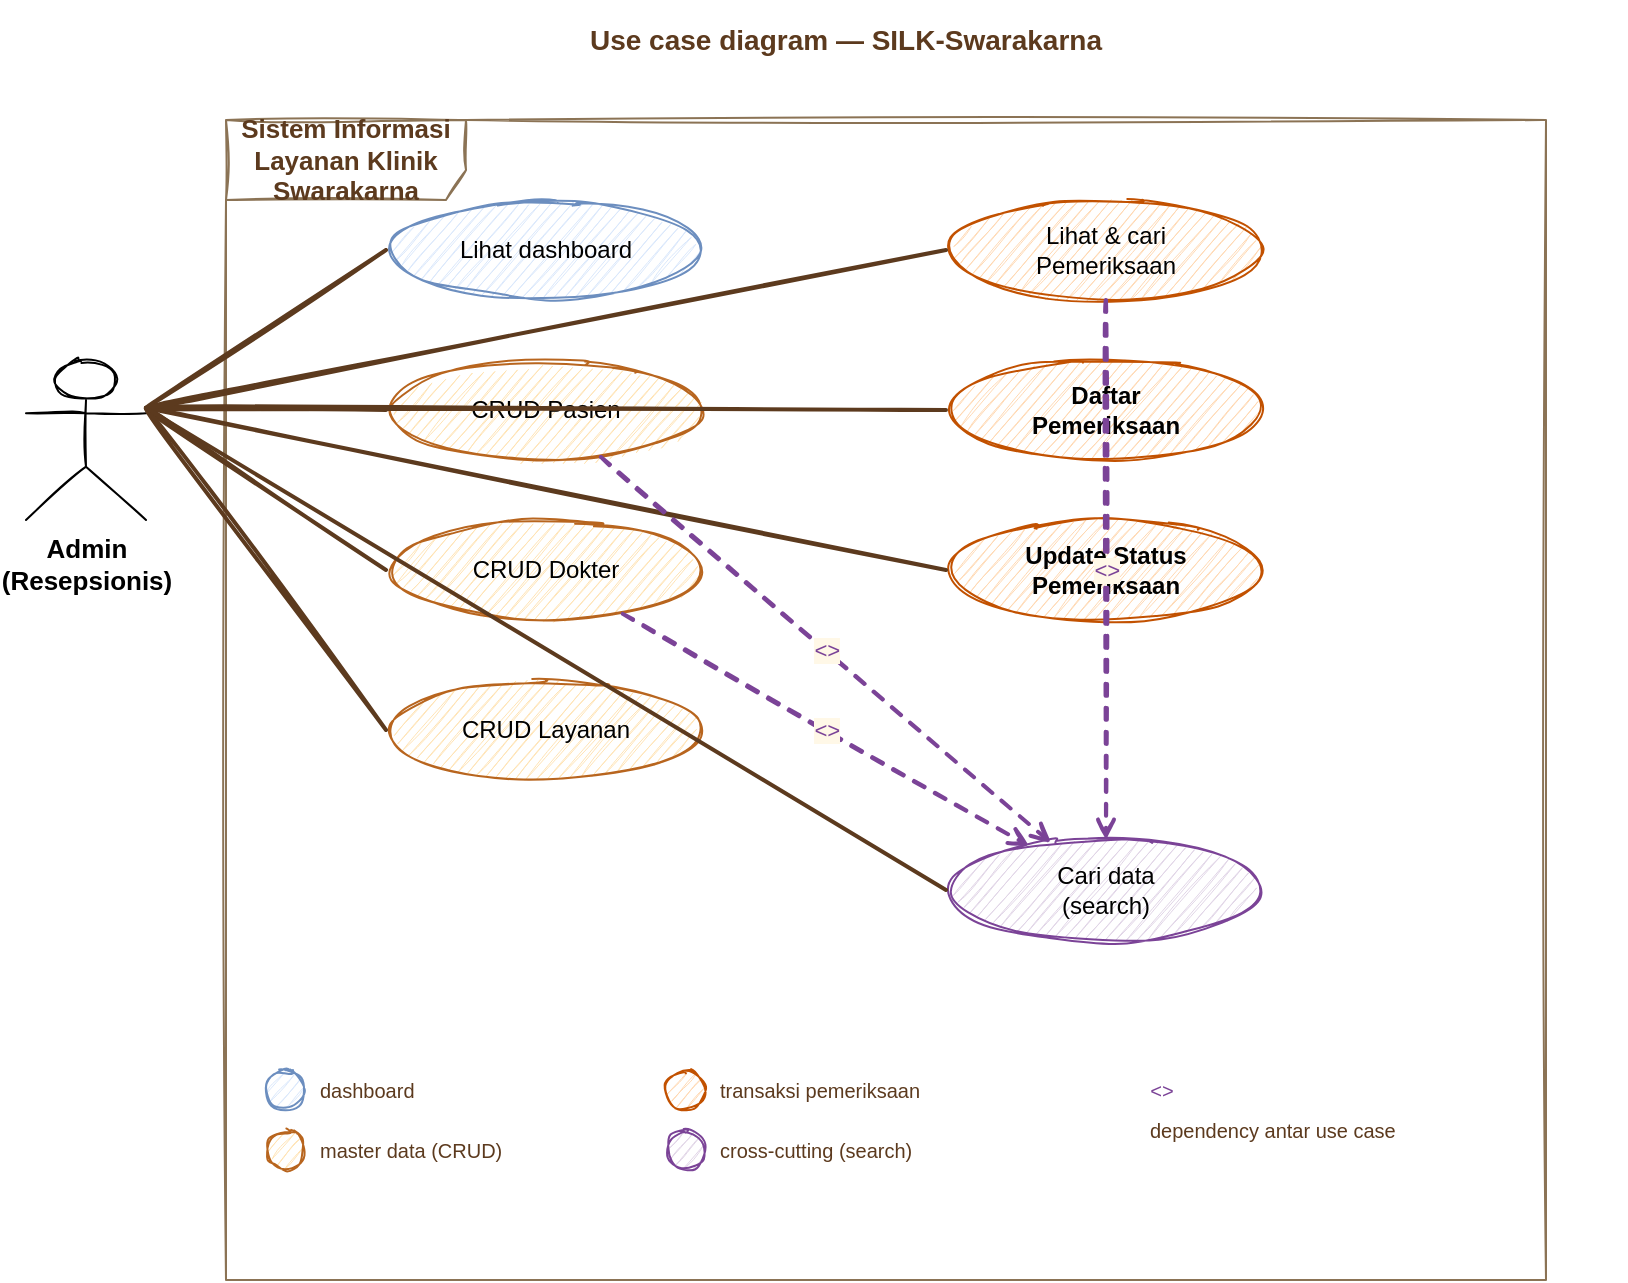
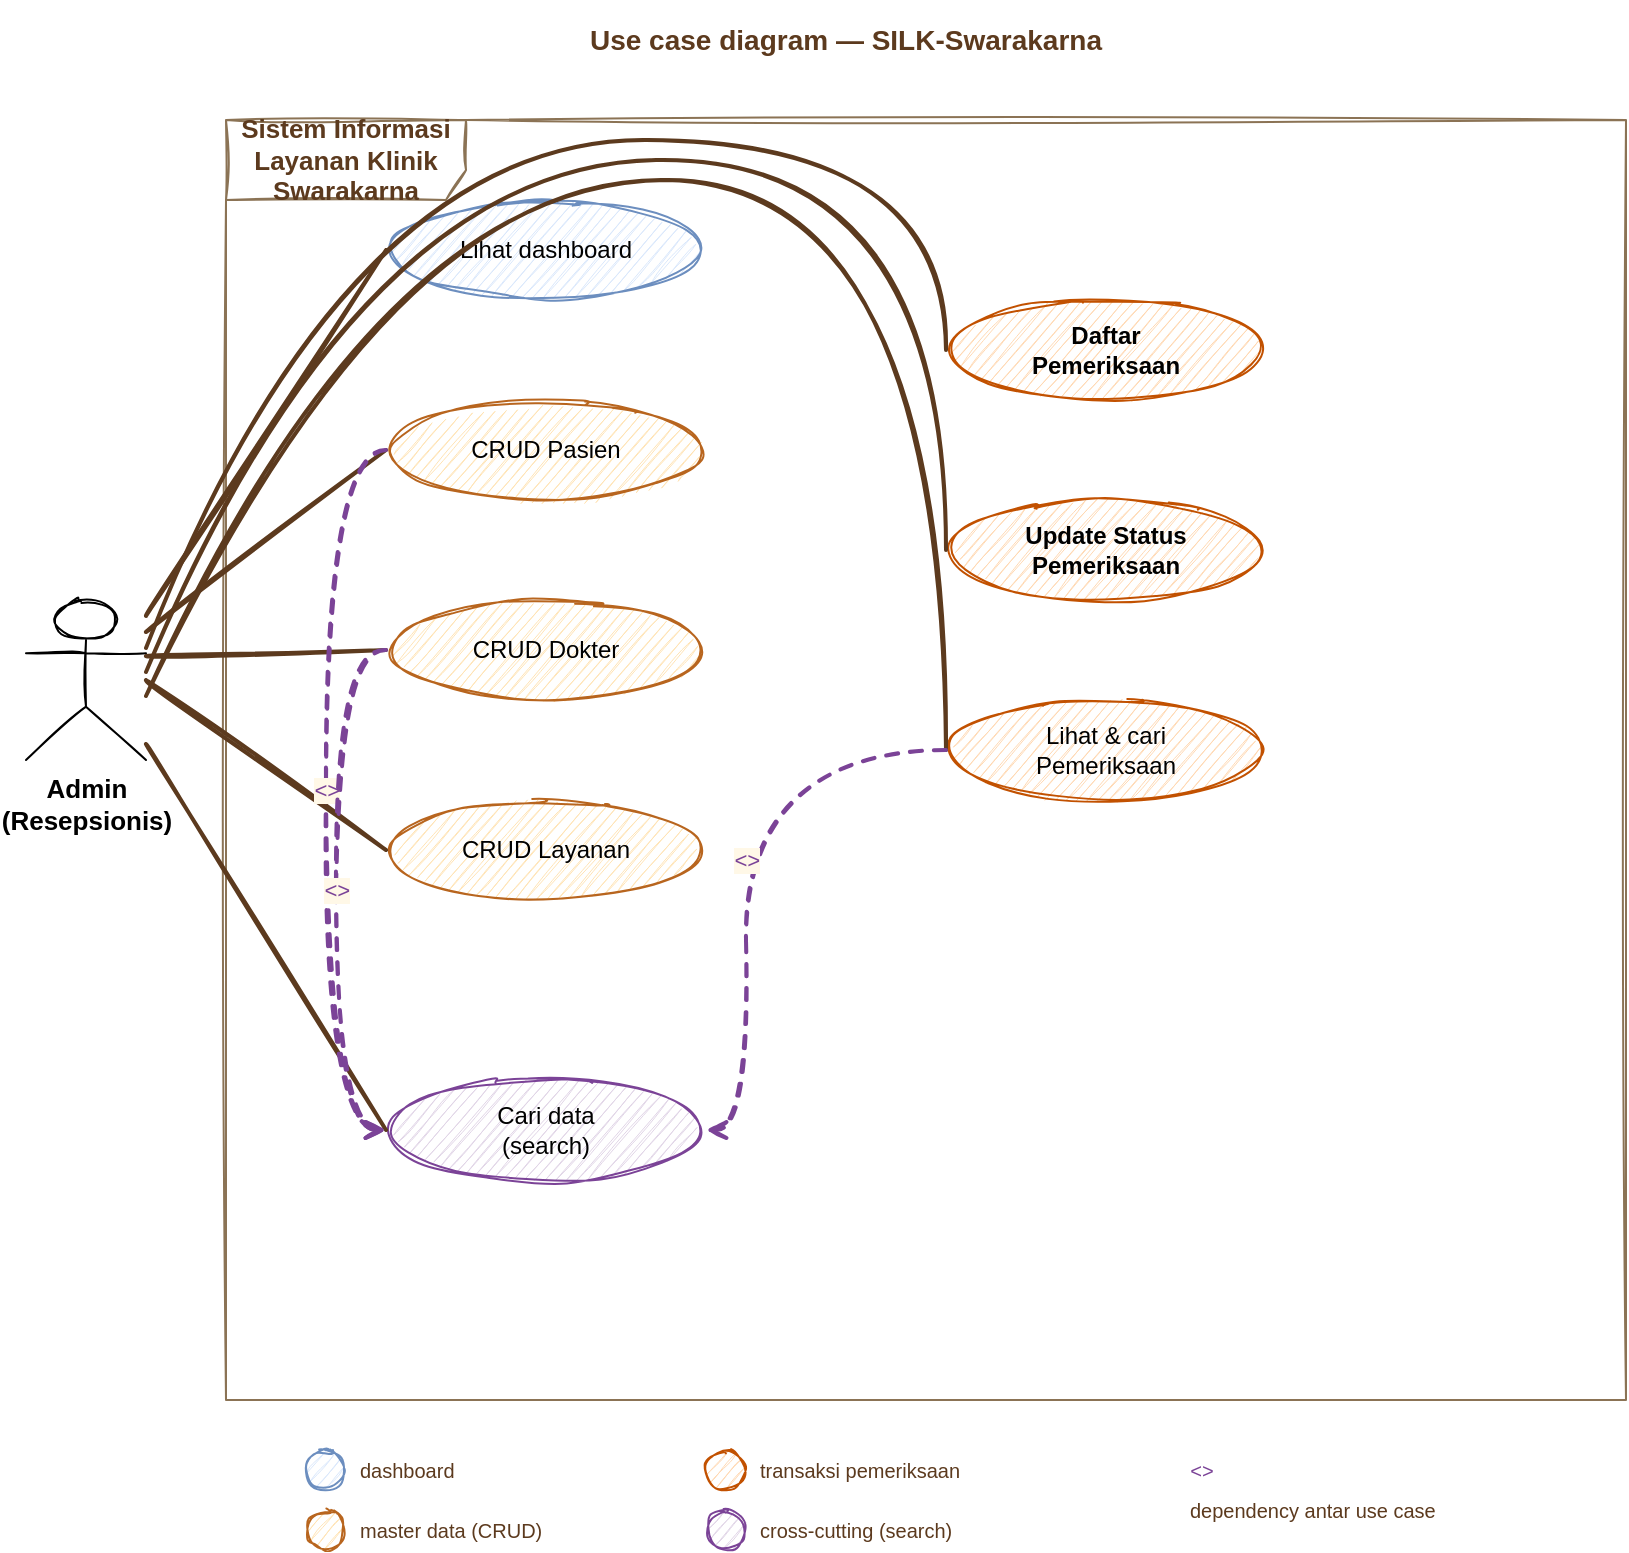
<?xml version="1.0" encoding="UTF-8"?>
<mxfile host="drawio" version="26.0.0">
  <diagram name="UML Use Case" id="uml-usecase-silk-swarakarna">
-     <mxGraphModel dx="900" dy="700" grid="1" gridSize="10" guides="1" tooltips="1" connect="1" arrows="1" fold="1" page="1" pageScale="1" pageWidth="900" pageHeight="700" math="0" shadow="0">
+     <mxGraphModel dx="900" dy="800" grid="1" gridSize="10" guides="1" tooltips="1" connect="1" arrows="1" fold="1" page="1" pageScale="1" pageWidth="900" pageHeight="800" math="0" shadow="0">
      <root>
        <mxCell id="0" />
        <mxCell id="1" parent="0" />

        <mxCell id="title" value="Use case diagram — SILK-Swarakarna" style="text;html=1;align=center;verticalAlign=middle;whiteSpace=wrap;rounded=0;fontSize=14;fontStyle=1;fontColor=#5c3a1e;sketch=1;fontFamily=Helvetica;" vertex="1" parent="1">
          <mxGeometry x="60" y="20" width="780" height="40" as="geometry" />
        </mxCell>

        <mxCell id="boundary" value="Sistem Informasi Layanan Klinik Swarakarna" style="shape=umlFrame;whiteSpace=wrap;html=1;fillColor=none;strokeColor=#8b7355;sketch=1;fontSize=13;fontStyle=1;fontColor=#5c3a1e;fontFamily=Helvetica;width=120;height=40;" vertex="1" parent="1">
-           <mxGeometry x="140" y="80" width="660" height="580" as="geometry" />
+           <mxGeometry x="140" y="80" width="700" height="640" as="geometry" />
        </mxCell>

        <mxCell id="admin" value="Admin&#xa;(Resepsionis)" style="shape=umlActor;verticalLabelPosition=bottom;labelBackgroundColor=#ffffff;verticalAlign=top;html=1;outlineConnect=0;sketch=1;fontFamily=Helvetica;fontSize=13;fontStyle=1;" vertex="1" parent="1">
-           <mxGeometry x="40" y="200" width="60" height="80" as="geometry" />
+           <mxGeometry x="40" y="320" width="60" height="80" as="geometry" />
        </mxCell>

        <mxCell id="uc1" value="Lihat dashboard" style="ellipse;whiteSpace=wrap;html=1;fillColor=#dae8fc;strokeColor=#6c8ebf;sketch=1;fontFamily=Helvetica;fontSize=12;" vertex="1" parent="1">
          <mxGeometry x="220" y="120" width="160" height="50" as="geometry" />
        </mxCell>

        <mxCell id="uc2" value="CRUD Pasien" style="ellipse;whiteSpace=wrap;html=1;fillColor=#ffe4b5;strokeColor=#b8651e;sketch=1;fontFamily=Helvetica;fontSize=12;" vertex="1" parent="1">
-           <mxGeometry x="220" y="200" width="160" height="50" as="geometry" />
+           <mxGeometry x="220" y="220" width="160" height="50" as="geometry" />
        </mxCell>

        <mxCell id="uc3" value="CRUD Dokter" style="ellipse;whiteSpace=wrap;html=1;fillColor=#ffe4b5;strokeColor=#b8651e;sketch=1;fontFamily=Helvetica;fontSize=12;" vertex="1" parent="1">
-           <mxGeometry x="220" y="280" width="160" height="50" as="geometry" />
+           <mxGeometry x="220" y="320" width="160" height="50" as="geometry" />
        </mxCell>

        <mxCell id="uc4" value="CRUD Layanan" style="ellipse;whiteSpace=wrap;html=1;fillColor=#ffe4b5;strokeColor=#b8651e;sketch=1;fontFamily=Helvetica;fontSize=12;" vertex="1" parent="1">
-           <mxGeometry x="220" y="360" width="160" height="50" as="geometry" />
+           <mxGeometry x="220" y="420" width="160" height="50" as="geometry" />
        </mxCell>

        <mxCell id="uc5" value="Daftar&#xa;Pemeriksaan" style="ellipse;whiteSpace=wrap;html=1;fillColor=#ffd9b3;strokeColor=#c25100;sketch=1;fontFamily=Helvetica;fontSize=12;fontStyle=1;" vertex="1" parent="1">
-           <mxGeometry x="500" y="200" width="160" height="50" as="geometry" />
+           <mxGeometry x="500" y="170" width="160" height="50" as="geometry" />
        </mxCell>

        <mxCell id="uc6" value="Update Status&#xa;Pemeriksaan" style="ellipse;whiteSpace=wrap;html=1;fillColor=#ffd9b3;strokeColor=#c25100;sketch=1;fontFamily=Helvetica;fontSize=12;fontStyle=1;" vertex="1" parent="1">
-           <mxGeometry x="500" y="280" width="160" height="50" as="geometry" />
+           <mxGeometry x="500" y="270" width="160" height="50" as="geometry" />
        </mxCell>

        <mxCell id="uc7" value="Lihat &amp; cari&#xa;Pemeriksaan" style="ellipse;whiteSpace=wrap;html=1;fillColor=#ffd9b3;strokeColor=#c25100;sketch=1;fontFamily=Helvetica;fontSize=12;" vertex="1" parent="1">
-           <mxGeometry x="500" y="120" width="160" height="50" as="geometry" />
+           <mxGeometry x="500" y="370" width="160" height="50" as="geometry" />
        </mxCell>

        <mxCell id="uc8" value="Cari data&#xa;(search)" style="ellipse;whiteSpace=wrap;html=1;fillColor=#e1d5e7;strokeColor=#7b4397;sketch=1;fontFamily=Helvetica;fontSize=12;" vertex="1" parent="1">
-           <mxGeometry x="500" y="440" width="160" height="50" as="geometry" />
+           <mxGeometry x="220" y="560" width="160" height="50" as="geometry" />
        </mxCell>

-         <mxCell id="a1" value="" style="endArrow=none;html=1;sketch=1;curved=1;strokeColor=#5c3a1e;strokeWidth=2;exitX=1;exitY=0.3;entryX=0;entryY=0.5;" edge="1" parent="1" source="admin" target="uc1">
+         <mxCell id="a1" value="" style="endArrow=none;html=1;sketch=1;curved=1;strokeColor=#5c3a1e;strokeWidth=2;exitX=1;exitY=0.1;entryX=0;entryY=0.5;" edge="1" parent="1" source="admin" target="uc1">
          <mxGeometry relative="1" as="geometry" />
        </mxCell>
-         <mxCell id="a2" value="" style="endArrow=none;html=1;sketch=1;curved=1;strokeColor=#5c3a1e;strokeWidth=2;exitX=1;exitY=0.3;entryX=0;entryY=0.5;" edge="1" parent="1" source="admin" target="uc2">
+         <mxCell id="a2" value="" style="endArrow=none;html=1;sketch=1;curved=1;strokeColor=#5c3a1e;strokeWidth=2;exitX=1;exitY=0.2;entryX=0;entryY=0.5;" edge="1" parent="1" source="admin" target="uc2">
          <mxGeometry relative="1" as="geometry" />
        </mxCell>
-         <mxCell id="a3" value="" style="endArrow=none;html=1;sketch=1;curved=1;strokeColor=#5c3a1e;strokeWidth=2;exitX=1;exitY=0.3;entryX=0;entryY=0.5;" edge="1" parent="1" source="admin" target="uc3">
+         <mxCell id="a3" value="" style="endArrow=none;html=1;sketch=1;curved=1;strokeColor=#5c3a1e;strokeWidth=2;exitX=1;exitY=0.35;entryX=0;entryY=0.5;" edge="1" parent="1" source="admin" target="uc3">
          <mxGeometry relative="1" as="geometry" />
        </mxCell>
-         <mxCell id="a4" value="" style="endArrow=none;html=1;sketch=1;curved=1;strokeColor=#5c3a1e;strokeWidth=2;exitX=1;exitY=0.3;entryX=0;entryY=0.5;" edge="1" parent="1" source="admin" target="uc4">
+         <mxCell id="a4" value="" style="endArrow=none;html=1;sketch=1;curved=1;strokeColor=#5c3a1e;strokeWidth=2;exitX=1;exitY=0.5;entryX=0;entryY=0.5;" edge="1" parent="1" source="admin" target="uc4">
          <mxGeometry relative="1" as="geometry" />
        </mxCell>
        <mxCell id="a5" value="" style="endArrow=none;html=1;sketch=1;curved=1;strokeColor=#5c3a1e;strokeWidth=2;exitX=1;exitY=0.3;entryX=0;entryY=0.5;" edge="1" parent="1" source="admin" target="uc5">
-           <mxGeometry relative="1" as="geometry" />
+           <mxGeometry relative="1" as="geometry">
+             <Array as="points">
+               <mxPoint x="200" y="90" />
+               <mxPoint x="500" y="90" />
+             </Array>
+           </mxGeometry>
        </mxCell>
-         <mxCell id="a6" value="" style="endArrow=none;html=1;sketch=1;curved=1;strokeColor=#5c3a1e;strokeWidth=2;exitX=1;exitY=0.3;entryX=0;entryY=0.5;" edge="1" parent="1" source="admin" target="uc6">
-           <mxGeometry relative="1" as="geometry" />
+         <mxCell id="a6" value="" style="endArrow=none;html=1;sketch=1;curved=1;strokeColor=#5c3a1e;strokeWidth=2;exitX=1;exitY=0.45;entryX=0;entryY=0.5;" edge="1" parent="1" source="admin" target="uc6">
+           <mxGeometry relative="1" as="geometry">
+             <Array as="points">
+               <mxPoint x="210" y="100" />
+               <mxPoint x="500" y="100" />
+             </Array>
+           </mxGeometry>
        </mxCell>
-         <mxCell id="a7" value="" style="endArrow=none;html=1;sketch=1;curved=1;strokeColor=#5c3a1e;strokeWidth=2;exitX=1;exitY=0.3;entryX=0;entryY=0.5;" edge="1" parent="1" source="admin" target="uc7">
-           <mxGeometry relative="1" as="geometry" />
+         <mxCell id="a7" value="" style="endArrow=none;html=1;sketch=1;curved=1;strokeColor=#5c3a1e;strokeWidth=2;exitX=1;exitY=0.6;entryX=0;entryY=0.5;" edge="1" parent="1" source="admin" target="uc7">
+           <mxGeometry relative="1" as="geometry">
+             <Array as="points">
+               <mxPoint x="220" y="110" />
+               <mxPoint x="500" y="110" />
+             </Array>
+           </mxGeometry>
        </mxCell>
-         <mxCell id="a8" value="" style="endArrow=none;html=1;sketch=1;curved=1;strokeColor=#5c3a1e;strokeWidth=2;exitX=1;exitY=0.3;entryX=0;entryY=0.5;" edge="1" parent="1" source="admin" target="uc8">
+         <mxCell id="a8" value="" style="endArrow=none;html=1;sketch=1;curved=1;strokeColor=#5c3a1e;strokeWidth=2;exitX=1;exitY=0.9;entryX=0;entryY=0.5;" edge="1" parent="1" source="admin" target="uc8">
          <mxGeometry relative="1" as="geometry" />
        </mxCell>

        <mxCell id="inc1" value="&lt;&lt;include&gt;&gt;" style="endArrow=open;html=1;dashed=1;sketch=1;curved=1;strokeColor=#7b4397;strokeWidth=2;fontSize=11;fontStyle=2;fontColor=#7b4397;fontFamily=Helvetica;labelBackgroundColor=#fff8e7;" edge="1" parent="1" source="uc2" target="uc8">
-           <mxGeometry relative="1" as="geometry" />
+           <mxGeometry relative="1" as="geometry">
+             <Array as="points">
+               <mxPoint x="190" y="245" />
+               <mxPoint x="190" y="585" />
+             </Array>
+           </mxGeometry>
        </mxCell>
-         <mxCell id="inc2" value="&lt;&lt;include&gt;&gt;" style="endArrow=open;html=1;dashed=1;sketch=1;curved=1;strokeColor=#7b4397;strokeWidth=2;fontSize=11;fontStyle=2;fontColor=#7b4397;fontFamily=Helvetica;labelBackgroundColor=#fff8e7;" edge="1" parent="1" source="uc7" target="uc8">
-           <mxGeometry relative="1" as="geometry" />
+         <mxCell id="inc2" value="&lt;&lt;include&gt;&gt;" style="endArrow=open;html=1;dashed=1;sketch=1;curved=1;strokeColor=#7b4397;strokeWidth=2;fontSize=11;fontStyle=2;fontColor=#7b4397;fontFamily=Helvetica;labelBackgroundColor=#fff8e7;" edge="1" parent="1" source="uc3" target="uc8">
+           <mxGeometry relative="1" as="geometry">
+             <Array as="points">
+               <mxPoint x="195" y="345" />
+               <mxPoint x="195" y="585" />
+             </Array>
+           </mxGeometry>
        </mxCell>
-         <mxCell id="inc3" value="&lt;&lt;include&gt;&gt;" style="endArrow=open;html=1;dashed=1;sketch=1;curved=1;strokeColor=#7b4397;strokeWidth=2;fontSize=11;fontStyle=2;fontColor=#7b4397;fontFamily=Helvetica;labelBackgroundColor=#fff8e7;" edge="1" parent="1" source="uc3" target="uc8">
-           <mxGeometry relative="1" as="geometry" />
+         <mxCell id="inc3" value="&lt;&lt;include&gt;&gt;" style="endArrow=open;html=1;dashed=1;sketch=1;curved=1;strokeColor=#7b4397;strokeWidth=2;fontSize=11;fontStyle=2;fontColor=#7b4397;fontFamily=Helvetica;labelBackgroundColor=#fff8e7;" edge="1" parent="1" source="uc7" target="uc8">
+           <mxGeometry relative="1" as="geometry">
+             <Array as="points">
+               <mxPoint x="400" y="395" />
+               <mxPoint x="400" y="585" />
+             </Array>
+           </mxGeometry>
        </mxCell>

        <mxCell id="legend-1" value="" style="ellipse;whiteSpace=wrap;html=1;fillColor=#dae8fc;strokeColor=#6c8ebf;sketch=1;fontFamily=Helvetica;" vertex="1" parent="1">
-           <mxGeometry x="160" y="555" width="20" height="20" as="geometry" />
+           <mxGeometry x="180" y="745" width="20" height="20" as="geometry" />
        </mxCell>
        <mxCell id="legend-1-text" value="dashboard" style="text;html=1;align=left;verticalAlign=middle;fontSize=10;fontColor=#5c3a1e;fontFamily=Helvetica;" vertex="1" parent="1">
-           <mxGeometry x="185" y="555" width="120" height="20" as="geometry" />
+           <mxGeometry x="205" y="745" width="120" height="20" as="geometry" />
        </mxCell>
        <mxCell id="legend-2" value="" style="ellipse;whiteSpace=wrap;html=1;fillColor=#ffe4b5;strokeColor=#b8651e;sketch=1;fontFamily=Helvetica;" vertex="1" parent="1">
-           <mxGeometry x="160" y="585" width="20" height="20" as="geometry" />
+           <mxGeometry x="180" y="775" width="20" height="20" as="geometry" />
        </mxCell>
        <mxCell id="legend-2-text" value="master data (CRUD)" style="text;html=1;align=left;verticalAlign=middle;fontSize=10;fontColor=#5c3a1e;fontFamily=Helvetica;" vertex="1" parent="1">
-           <mxGeometry x="185" y="585" width="160" height="20" as="geometry" />
+           <mxGeometry x="205" y="775" width="160" height="20" as="geometry" />
        </mxCell>
        <mxCell id="legend-3" value="" style="ellipse;whiteSpace=wrap;html=1;fillColor=#ffd9b3;strokeColor=#c25100;sketch=1;fontFamily=Helvetica;" vertex="1" parent="1">
-           <mxGeometry x="360" y="555" width="20" height="20" as="geometry" />
+           <mxGeometry x="380" y="745" width="20" height="20" as="geometry" />
        </mxCell>
        <mxCell id="legend-3-text" value="transaksi pemeriksaan" style="text;html=1;align=left;verticalAlign=middle;fontSize=10;fontColor=#5c3a1e;fontFamily=Helvetica;" vertex="1" parent="1">
-           <mxGeometry x="385" y="555" width="180" height="20" as="geometry" />
+           <mxGeometry x="405" y="745" width="180" height="20" as="geometry" />
        </mxCell>
        <mxCell id="legend-4" value="" style="ellipse;whiteSpace=wrap;html=1;fillColor=#e1d5e7;strokeColor=#7b4397;sketch=1;fontFamily=Helvetica;" vertex="1" parent="1">
-           <mxGeometry x="360" y="585" width="20" height="20" as="geometry" />
+           <mxGeometry x="380" y="775" width="20" height="20" as="geometry" />
        </mxCell>
        <mxCell id="legend-4-text" value="cross-cutting (search)" style="text;html=1;align=left;verticalAlign=middle;fontSize=10;fontColor=#5c3a1e;fontFamily=Helvetica;" vertex="1" parent="1">
-           <mxGeometry x="385" y="585" width="180" height="20" as="geometry" />
+           <mxGeometry x="405" y="775" width="180" height="20" as="geometry" />
        </mxCell>
        <mxCell id="legend-5" value="&lt;&lt;include&gt;&gt;" style="text;html=1;align=left;verticalAlign=middle;fontSize=10;fontStyle=2;fontColor=#7b4397;fontFamily=Helvetica;" vertex="1" parent="1">
-           <mxGeometry x="600" y="555" width="120" height="20" as="geometry" />
+           <mxGeometry x="620" y="745" width="120" height="20" as="geometry" />
        </mxCell>
        <mxCell id="legend-5-text" value="dependency antar use case" style="text;html=1;align=left;verticalAlign=middle;fontSize=10;fontColor=#5c3a1e;fontFamily=Helvetica;" vertex="1" parent="1">
-           <mxGeometry x="600" y="575" width="200" height="20" as="geometry" />
+           <mxGeometry x="620" y="765" width="200" height="20" as="geometry" />
        </mxCell>

      </root>
    </mxGraphModel>
  </diagram>
</mxfile>
